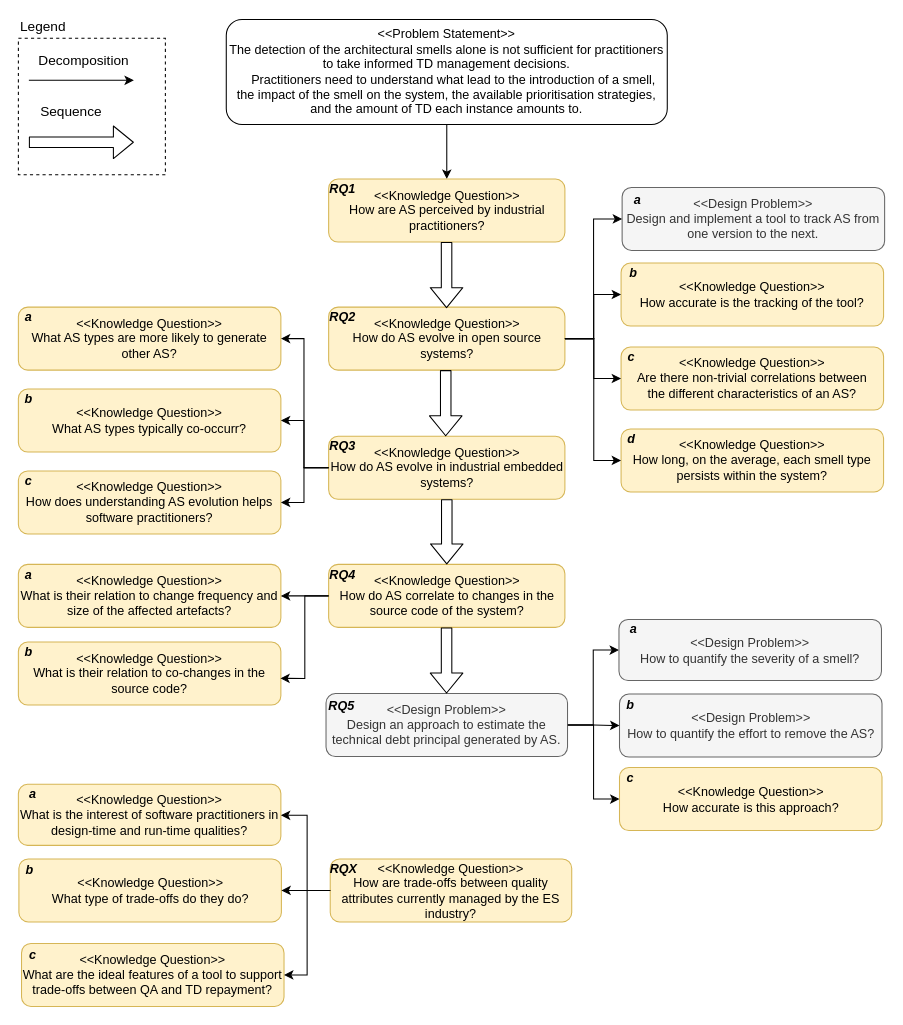
The draw.io diagram Figures/c1/problem-decomposition.drawio in darius-sas/phd-dissertation, before the edit. Source tidied: cells renumbered, new cells numbered last; positions are measured from the earlier drawing's top-left corner, leaving out a move shared by most shapes. Both pictures are drawn from the tidied source at 105%, with x=0, y=0 at pixel (18, 19).
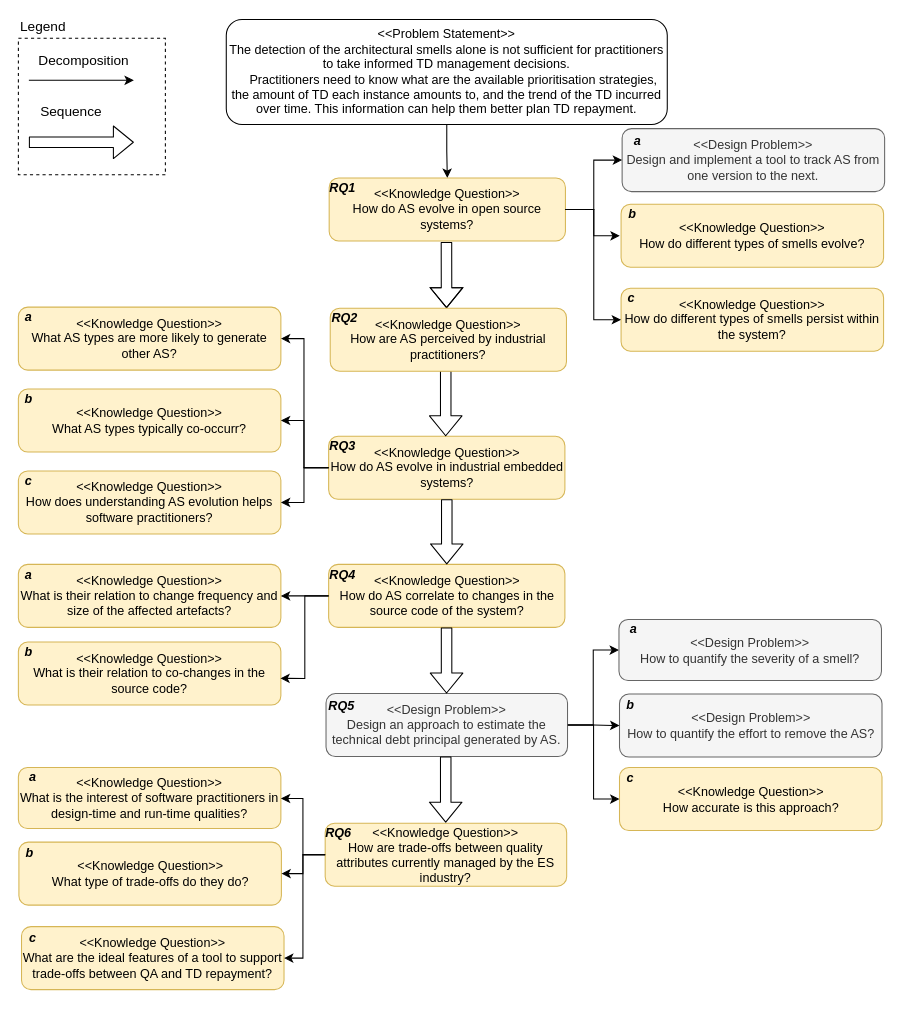
After the change.

Commit message (it also covers changes not shown here):
Problem statement revision

Unchanged cells that the change refers to:
```xml
<mxCell id="12" value="&lt;div&gt;&amp;lt;&amp;lt;Design Problem&amp;gt;&amp;gt;&lt;/div&gt;&lt;div&gt;Design and implement a tool to track AS from one version to the next.&lt;/div&gt;" style="rounded=1;whiteSpace=wrap;html=1;fillColor=#f5f5f5;strokeColor=#666666;fontColor=#333333;" parent="11" vertex="1">
  <mxGeometry width="250" height="60" as="geometry" />
</mxCell>
<mxCell id="17" style="group;flipV=0;" parent="16" vertex="1">
  <mxGeometry width="225" height="60" as="geometry" />
</mxCell>
<mxCell id="18" value="&amp;lt;&amp;lt;Knowledge Question&amp;gt;&amp;gt;&lt;br&gt;How do AS evolve in open source systems?" style="rounded=1;whiteSpace=wrap;html=1;fillColor=#fff2cc;strokeColor=#d6b656;" parent="17" vertex="1">
  <mxGeometry width="225" height="60" as="geometry" />
</mxCell>
<mxCell id="62" style="group;" parent="61" vertex="1">
  <mxGeometry width="230" height="60" as="geometry" />
</mxCell>
<mxCell id="63" value="&lt;div&gt;&amp;lt;&amp;lt;Knowledge Question&amp;gt;&amp;gt;&lt;/div&gt;&lt;div&gt;How are trade-offs between quality attributes currently managed by the ES industry?&lt;/div&gt;" style="rounded=1;whiteSpace=wrap;html=1;fillColor=#fff2cc;strokeColor=#d6b656;" parent="62" vertex="1">
  <mxGeometry width="230" height="60" as="geometry" />
</mxCell>
<mxCell id="77" value="&amp;lt;&amp;lt;Knowledge Question&amp;gt;&amp;gt;&lt;br&gt;What type of trade-offs do they do?" style="rounded=1;whiteSpace=wrap;html=1;fillColor=#fff2cc;strokeColor=#d6b656;fontColor=#000000;" parent="76" vertex="1">
  <mxGeometry width="250" height="60" as="geometry" />
</mxCell>
<mxCell id="82" value="&amp;lt;&amp;lt;Knowledge Question&amp;gt;&amp;gt;&lt;br&gt;&lt;div&gt;&lt;div&gt;&lt;span&gt;What is the interest of software practitioners in design-time and run-time qualities?&lt;/span&gt;&lt;/div&gt;&lt;/div&gt;" style="rounded=1;whiteSpace=wrap;html=1;fillColor=#fff2cc;strokeColor=#d6b656;flipV=1;flipH=1;" parent="81" vertex="1">
  <mxGeometry y="-1.9" width="250" height="58.1" as="geometry" />
</mxCell>
<mxCell id="94" value="&amp;lt;&amp;lt;Knowledge Question&amp;gt;&amp;gt;&lt;br&gt;What are the ideal features of a tool to support trade-offs between QA and TD repayment?" style="rounded=1;whiteSpace=wrap;html=1;fillColor=#fff2cc;strokeColor=#d6b656;fontColor=#000000;" parent="93" vertex="1">
  <mxGeometry width="250" height="60" as="geometry" />
</mxCell>
```

Change to the diagram source:
```diff
@@
-    <mxCell id="2" style="edgeStyle=orthogonalEdgeStyle;rounded=0;jettySize=auto;html=1;entryX=0.5;entryY=0;entryDx=0;entryDy=0;" parent="1" edge="1" source="3" target="86">
-      <mxGeometry relative="1" as="geometry" />
-    </mxCell>
+    <mxCell id="97" style="edgeStyle=orthogonalEdgeStyle;rounded=0;jettySize=auto;html=1;entryX=0.5;entryY=0;entryDx=0;entryDy=0;" parent="1" edge="1" source="3" target="18">
+      <mxGeometry relative="1" as="geometry" />
+    </mxCell>
-    <mxCell id="3" value="&lt;div&gt;&amp;lt;&amp;lt;Problem Statement&amp;gt;&amp;gt;&lt;/div&gt;&lt;div&gt;&lt;div&gt;The detection of the architectural smells alone is not sufficient for practitioners to take informed TD management decisions.&lt;/div&gt;&lt;div&gt;&amp;nbsp; &amp;nbsp; Practitioners need to understand what lead to the introduction of a smell, the impact of the smell on the system, the available prioritisation strategies, and the amount of TD each instance amounts to.&lt;/div&gt;&lt;/div&gt;" style="rounded=1;whiteSpace=wrap;html=1;" parent="1" vertex="1">
+    <mxCell id="3" value="&lt;div&gt;&amp;lt;&amp;lt;Problem Statement&amp;gt;&amp;gt;&lt;/div&gt;&lt;div&gt;&lt;div&gt;The detection of the architectural smells alone is not sufficient for practitioners to take informed TD management decisions.&lt;/div&gt;&lt;div&gt;&amp;nbsp; &amp;nbsp; Practitioners need to know what are the available prioritisation strategies, the amount of TD each instance amounts to, and the trend of the TD incurred over time. This information can help them better plan TD repayment.&lt;/div&gt;&lt;/div&gt;" style="rounded=1;whiteSpace=wrap;html=1;" parent="1" vertex="1">
       <mxGeometry x="198" width="420" height="100" as="geometry" />
     </mxCell>
-    <mxCell id="4" value="&lt;div&gt;&amp;lt;&amp;lt;Knowledge Question&amp;gt;&amp;gt;&lt;/div&gt;&lt;div&gt;&lt;div&gt;How  accurate is  the  tracking of the tool&lt;span&gt;?&lt;/span&gt;&lt;/div&gt;&lt;/div&gt;" style="rounded=1;whiteSpace=wrap;html=1;fillColor=#fff2cc;strokeColor=#d6b656;" parent="1" vertex="1">
-      <mxGeometry x="574" y="232" width="250" height="60" as="geometry" />
+    <mxCell id="4" value="&lt;div&gt;&amp;lt;&amp;lt;Knowledge Question&amp;gt;&amp;gt;&lt;/div&gt;&lt;div&gt;&lt;div&gt;How do different types of smells evolve?&lt;/div&gt;&lt;/div&gt;" style="rounded=1;whiteSpace=wrap;html=1;fillColor=#fff2cc;strokeColor=#d6b656;" parent="1" vertex="1">
+      <mxGeometry x="574" y="176" width="250" height="60" as="geometry" />
     </mxCell>
@@
     <mxCell id="11" style="group;flipV=0;" parent="1" vertex="1">
-      <mxGeometry x="575" y="160" width="250" height="60" as="geometry" />
+      <mxGeometry x="575" y="104" width="250" height="60" as="geometry" />
     </mxCell>
@@
     <mxCell id="16" style="group;" parent="1" vertex="1">
-      <mxGeometry x="295.5" y="274" width="225" height="60" as="geometry" />
+      <mxGeometry x="296" y="151" width="225" height="60" as="geometry" />
     </mxCell>
@@
-    <mxCell id="19" value="RQ2" style="text;html=1;strokeColor=none;fillColor=none;align=center;verticalAlign=middle;whiteSpace=wrap;rounded=0;fontStyle=3;" parent="17" vertex="1">
+    <mxCell id="19" value="RQ1" style="text;html=1;strokeColor=none;fillColor=none;align=center;verticalAlign=middle;whiteSpace=wrap;rounded=0;fontStyle=3;" parent="17" vertex="1">
       <mxGeometry x="4" width="18" height="20" as="geometry" />
     </mxCell>
@@
     <mxCell id="23" value="b" style="text;html=1;strokeColor=none;fillColor=none;align=center;verticalAlign=middle;whiteSpace=wrap;rounded=0;fontStyle=3;" parent="1" vertex="1">
-      <mxGeometry x="576" y="232" width="20" height="20" as="geometry" />
+      <mxGeometry x="575" y="176" width="20" height="20" as="geometry" />
     </mxCell>
@@
     <mxCell id="29" style="group;" parent="1" vertex="1">
-      <mxGeometry x="574" y="312" width="250" height="60" as="geometry" />
+      <mxGeometry x="574" y="256" width="250" height="60" as="geometry" />
     </mxCell>
-    <mxCell id="30" value="&amp;lt;&amp;lt;Knowledge Question&amp;gt;&amp;gt;&lt;br&gt;&lt;div&gt;Are there non-trivial correlations between&lt;/div&gt;&lt;div&gt;the different characteristics of an AS?&lt;/div&gt;" style="rounded=1;whiteSpace=wrap;html=1;fillColor=#fff2cc;strokeColor=#d6b656;" parent="29" vertex="1">
+    <mxCell id="30" value="&amp;lt;&amp;lt;Knowledge Question&amp;gt;&amp;gt;&lt;br&gt;How do different types of smells persist within the system?" style="rounded=1;whiteSpace=wrap;html=1;fillColor=#fff2cc;strokeColor=#d6b656;" parent="29" vertex="1">
       <mxGeometry width="250" height="60" as="geometry" />
     </mxCell>
@@
-    <mxCell id="36" style="group;" parent="1" vertex="1">
-      <mxGeometry x="574" y="390" width="250" height="60" as="geometry" />
-    </mxCell>
-    <mxCell id="37" value="&amp;lt;&amp;lt;Knowledge Question&amp;gt;&amp;gt;&lt;br&gt;&lt;div&gt;How long, on the average, each smell type persists within the system?&lt;/div&gt;" style="rounded=1;whiteSpace=wrap;html=1;fillColor=#fff2cc;strokeColor=#d6b656;" parent="36" vertex="1">
-      <mxGeometry width="250" height="60" as="geometry" />
-    </mxCell>
-    <mxCell id="38" value="d" style="text;html=1;strokeColor=none;fillColor=none;align=center;verticalAlign=middle;whiteSpace=wrap;rounded=0;fontStyle=3;" parent="36" vertex="1">
-      <mxGeometry width="20" height="20" as="geometry" />
-    </mxCell>
@@
     <mxCell id="61" style="group;flipV=0;" parent="1" vertex="1">
-      <mxGeometry x="297" y="799.5" width="230" height="60" as="geometry" />
+      <mxGeometry x="292.2" y="765.5" width="230" height="60" as="geometry" />
     </mxCell>
@@
-    <mxCell id="64" value="RQX" style="text;html=1;strokeColor=none;fillColor=none;align=center;verticalAlign=middle;whiteSpace=wrap;rounded=0;fontStyle=3;" parent="62" vertex="1">
+    <mxCell id="64" value="RQ6" style="text;html=1;strokeColor=none;fillColor=none;align=center;verticalAlign=middle;whiteSpace=wrap;rounded=0;fontStyle=3;" parent="62" vertex="1">
       <mxGeometry x="4" y="-1" width="18" height="20" as="geometry" />
     </mxCell>
@@
-    <mxCell id="66" style="edgeStyle=orthogonalEdgeStyle;rounded=0;jettySize=auto;html=1;entryX=0;entryY=0.5;entryDx=0;entryDy=0;" parent="1" edge="1" source="18" target="12">
-      <mxGeometry relative="1" as="geometry" />
+    <mxCell id="66" style="edgeStyle=orthogonalEdgeStyle;rounded=0;jettySize=auto;html=1;entryX=0;entryY=0.5;entryDx=0;entryDy=0;exitX=1;exitY=0.5;exitDx=0;exitDy=0;" parent="1" edge="1" source="18" target="12">
+      <mxGeometry relative="1" as="geometry">
+        <Array as="points">
+          <mxPoint x="548" y="181" />
+          <mxPoint x="548" y="134" />
+        </Array>
+      </mxGeometry>
     </mxCell>
-    <mxCell id="67" style="edgeStyle=orthogonalEdgeStyle;rounded=0;jettySize=auto;html=1;entryX=0;entryY=0.5;entryDx=0;entryDy=0;" parent="1" edge="1" source="18" target="4">
+    <mxCell id="67" style="edgeStyle=orthogonalEdgeStyle;rounded=0;jettySize=auto;html=1;entryX=-0.005;entryY=0.501;entryDx=0;entryDy=0;exitX=1;exitY=0.5;exitDx=0;exitDy=0;entryPerimeter=0;" parent="1" edge="1" source="18" target="4">
       <mxGeometry relative="1" as="geometry">
         <Array as="points">
-          <mxPoint x="548" y="304" />
-          <mxPoint x="548" y="262" />
+          <mxPoint x="548" y="181" />
+          <mxPoint x="548" y="206" />
         </Array>
       </mxGeometry>
     </mxCell>
-    <mxCell id="68" style="edgeStyle=orthogonalEdgeStyle;rounded=0;jettySize=auto;html=1;entryX=0;entryY=0.5;entryDx=0;entryDy=0;" parent="1" edge="1" source="18" target="30">
+    <mxCell id="68" style="edgeStyle=orthogonalEdgeStyle;rounded=0;jettySize=auto;html=1;entryX=0;entryY=0.5;entryDx=0;entryDy=0;exitX=1;exitY=0.5;exitDx=0;exitDy=0;" parent="1" edge="1" source="18" target="30">
       <mxGeometry relative="1" as="geometry">
         <Array as="points">
-          <mxPoint x="548" y="304" />
-          <mxPoint x="548" y="342" />
+          <mxPoint x="548" y="181" />
+          <mxPoint x="548" y="286" />
         </Array>
       </mxGeometry>
     </mxCell>
-    <mxCell id="69" style="edgeStyle=orthogonalEdgeStyle;rounded=0;jettySize=auto;html=1;entryX=0;entryY=0.5;entryDx=0;entryDy=0;" parent="1" edge="1" source="18" target="37">
-      <mxGeometry relative="1" as="geometry">
-        <Array as="points">
-          <mxPoint x="548" y="304" />
-          <mxPoint x="548" y="420" />
-        </Array>
-      </mxGeometry>
-    </mxCell>
@@
     <mxCell id="76" style="group;" parent="1" vertex="1">
-      <mxGeometry x="0.5" y="799.5" width="250" height="60" as="geometry" />
+      <mxGeometry x="0.5" y="783.5" width="250" height="60" as="geometry" />
     </mxCell>
@@
     <mxCell id="79" style="group;" parent="1" vertex="1">
-      <mxGeometry x="0.5" y="728.5" width="250" height="60" as="geometry" />
+      <mxGeometry x="0.5" y="712.5" width="250" height="60" as="geometry" />
     </mxCell>
@@
     <mxCell id="84" style="edgeStyle=orthogonalEdgeStyle;rounded=0;jettySize=auto;html=1;exitX=0;exitY=0.5;exitDx=0;exitDy=0;" parent="1" edge="1" source="63" target="82">
       <mxGeometry relative="1" as="geometry">
         <Array as="points">
-          <mxPoint x="275" y="830" />
-          <mxPoint x="275" y="758" />
+          <mxPoint x="271" y="795" />
+          <mxPoint x="271" y="742" />
         </Array>
       </mxGeometry>
     </mxCell>
     <mxCell id="85" style="edgeStyle=orthogonalEdgeStyle;rounded=0;jettySize=auto;html=1;entryX=1;entryY=0.5;entryDx=0;entryDy=0;exitX=0;exitY=0.5;exitDx=0;exitDy=0;" parent="1" edge="1" source="63" target="77">
-      <mxGeometry relative="1" as="geometry" />
+      <mxGeometry relative="1" as="geometry">
+        <Array as="points">
+          <mxPoint x="271" y="796" />
+          <mxPoint x="271" y="814" />
+        </Array>
+      </mxGeometry>
     </mxCell>
-    <mxCell id="86" value="&amp;lt;&amp;lt;Knowledge Question&amp;gt;&amp;gt;&lt;br&gt;How are AS perceived by industrial practitioners?" style="rounded=1;whiteSpace=wrap;html=1;fillColor=#fff2cc;strokeColor=#d6b656;" parent="1" vertex="1">
-      <mxGeometry x="295.5" y="152" width="225" height="60" as="geometry" />
-    </mxCell>
-    <mxCell id="87" value="RQ1" style="text;html=1;strokeColor=none;fillColor=none;align=center;verticalAlign=middle;whiteSpace=wrap;rounded=0;fontStyle=3;" parent="1" vertex="1">
-      <mxGeometry x="300" y="152" width="18" height="20" as="geometry" />
-    </mxCell>
@@
     <mxCell id="92" style="shape=flexArrow;endArrow=classic;html=1;fillColor=#ffffff;fontFamily=Helvetica;fontSize=11;fontColor=#000000;align=center;strokeColor=#000000;edgeStyle=orthogonalEdgeStyle;exitX=0.5;exitY=1;exitDx=0;exitDy=0;" parent="1" edge="1">
       <mxGeometry relative="1" as="geometry">
-        <mxPoint x="407.8" y="212" as="sourcePoint" />
+        <mxPoint x="407.7" y="212" as="sourcePoint" />
         <mxPoint x="407.8" y="275" as="targetPoint" />
+        <Array as="points">
+          <mxPoint x="408" y="225" />
+          <mxPoint x="408" y="225" />
+        </Array>
       </mxGeometry>
     </mxCell>
     <mxCell id="93" style="group;" parent="1" vertex="1">
-      <mxGeometry x="3" y="880" width="250" height="60" as="geometry" />
+      <mxGeometry x="3" y="864" width="250" height="60" as="geometry" />
     </mxCell>
@@
     <mxCell id="96" style="edgeStyle=orthogonalEdgeStyle;rounded=0;jettySize=auto;html=1;entryX=1;entryY=0.5;entryDx=0;entryDy=0;" parent="1" edge="1" source="63" target="94">
-      <mxGeometry relative="1" as="geometry" />
+      <mxGeometry relative="1" as="geometry">
+        <Array as="points">
+          <mxPoint x="271" y="795" />
+          <mxPoint x="271" y="894" />
+        </Array>
+      </mxGeometry>
     </mxCell>
+    <mxCell id="98" style="group;" parent="1" vertex="1">
+      <mxGeometry x="297" y="275" width="225" height="60" as="geometry" />
+    </mxCell>
+    <mxCell id="86" value="&amp;lt;&amp;lt;Knowledge Question&amp;gt;&amp;gt;&lt;br&gt;How are AS perceived by industrial practitioners?" style="rounded=1;whiteSpace=wrap;html=1;fillColor=#fff2cc;strokeColor=#d6b656;" parent="98" vertex="1">
+      <mxGeometry width="225" height="60" as="geometry" />
+    </mxCell>
+    <mxCell id="87" value="RQ2" style="text;html=1;strokeColor=none;fillColor=none;align=center;verticalAlign=middle;whiteSpace=wrap;rounded=0;fontStyle=3;" parent="98" vertex="1">
+      <mxGeometry x="4.5" width="18" height="20" as="geometry" />
+    </mxCell>
+    <mxCell id="99" style="shape=flexArrow;endArrow=classic;html=1;fillColor=#ffffff;fontFamily=Helvetica;fontSize=11;fontColor=#000000;align=center;strokeColor=#000000;edgeStyle=orthogonalEdgeStyle;entryX=0.5;entryY=0;entryDx=0;entryDy=0;exitX=0.5;exitY=1;exitDx=0;exitDy=0;" parent="1" edge="1">
+      <mxGeometry relative="1" as="geometry">
+        <mxPoint x="407" y="702" as="sourcePoint" />
+        <mxPoint x="407" y="765" as="targetPoint" />
+      </mxGeometry>
+    </mxCell>
```
